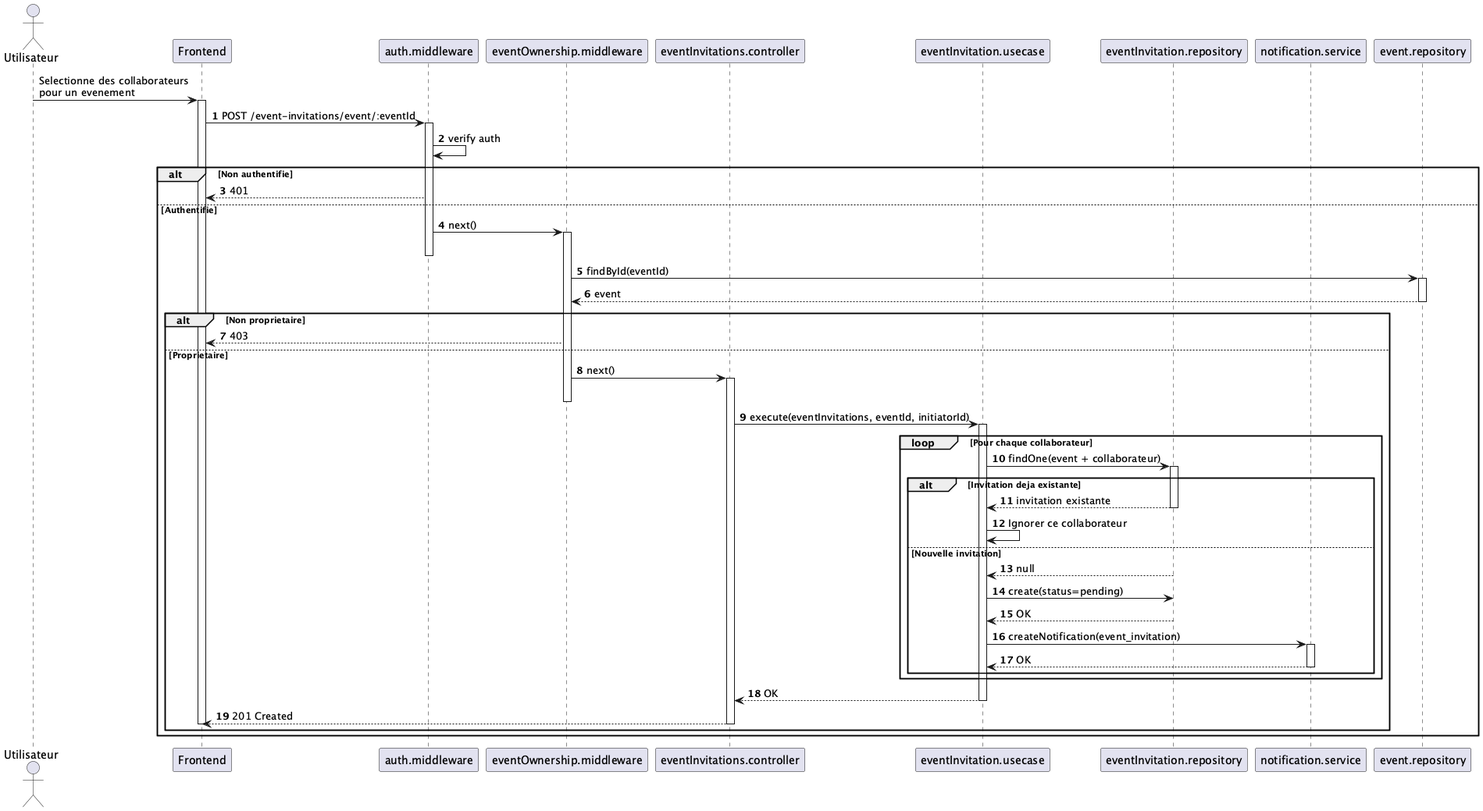
This is diagrams/event-invitation-send-sequence.png from Nikitasgit/leafymap_backend, a PlantUML export, as it was before one commit. The source it was exported from:
```plantuml
@startuml
!pragma layout smetana

skinparam shadowing false
autonumber

actor "Utilisateur" as user
participant "Frontend" as fe
participant "auth.middleware" as authMw
participant "eventOwnership.middleware" as ownerMw
participant "eventInvitations.controller" as ctrl
participant "eventInvitation.usecase" as action
participant "eventInvitation.repository" as invitationRepo
participant "notification.service" as notif
participant "event.repository" as eventRepo

autonumber stop
user -> fe : Selectionne des collaborateurs\npour un evenement
activate fe
autonumber resume

fe -> authMw : POST /event-invitations/event/:eventId
activate authMw
authMw -> authMw : verify auth

alt Non authentifie
  authMw --> fe : 401
else Authentifie
  authMw -> ownerMw : next()
  activate ownerMw
  deactivate authMw

  ownerMw -> eventRepo : findById(eventId)
  activate eventRepo
  eventRepo --> ownerMw : event
  deactivate eventRepo

  alt Non proprietaire
    ownerMw --> fe : 403
  else Proprietaire
    ownerMw -> ctrl : next()
    activate ctrl
    deactivate ownerMw

    ctrl -> action : execute(eventInvitations, eventId, initiatorId)
    activate action

    loop Pour chaque collaborateur
      action -> invitationRepo : findOne(event + collaborateur)
      activate invitationRepo

      alt Invitation deja existante
        invitationRepo --> action : invitation existante
        deactivate invitationRepo
        action -> action : Ignorer ce collaborateur
      else Nouvelle invitation
        invitationRepo --> action : null

        action -> invitationRepo : create(status=pending)
        invitationRepo --> action : OK
        deactivate invitationRepo

        action -> notif : createNotification(event_invitation)
        activate notif
        notif --> action : OK
        deactivate notif
      end
    end

    action --> ctrl : OK
    deactivate action
    ctrl --> fe : 201 Created
    deactivate ctrl
    deactivate fe
  end
end

@enduml
```
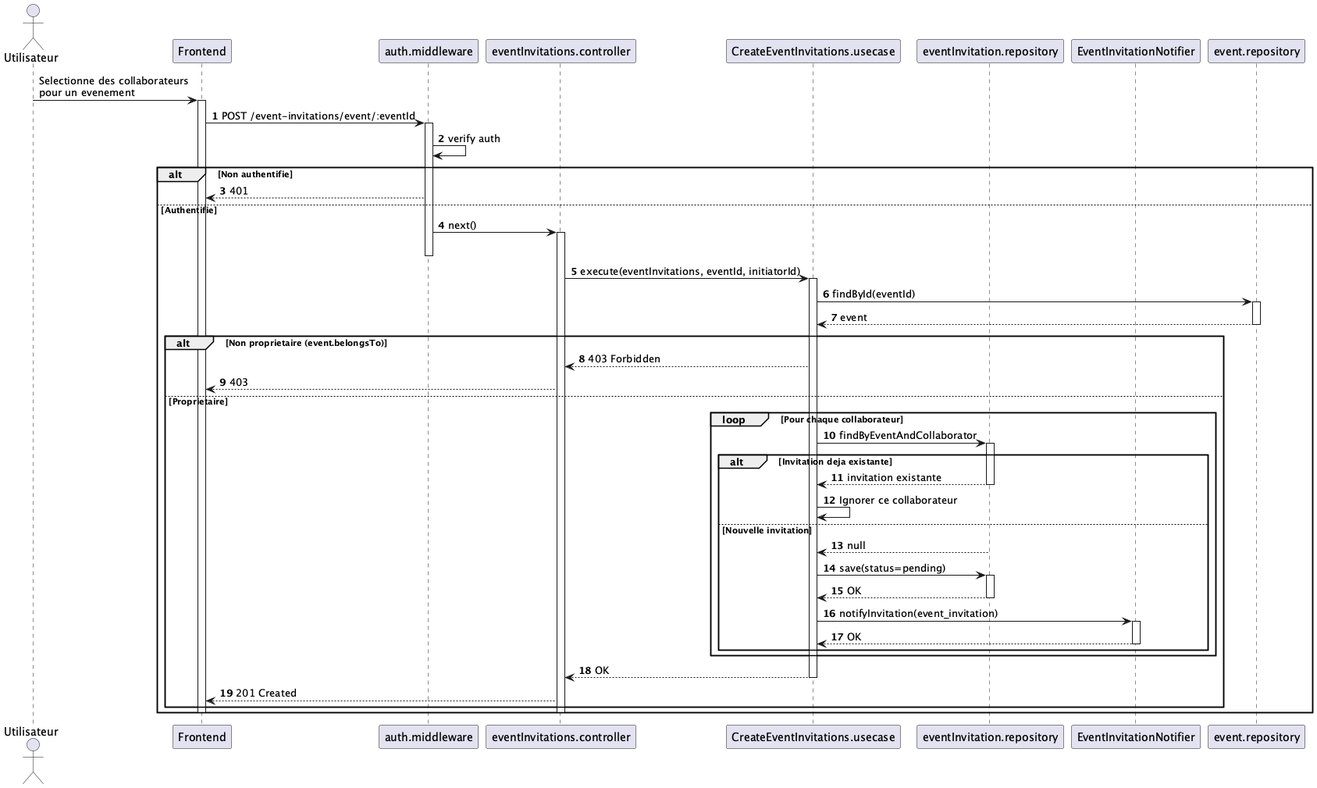
After the commit.

Diff of the diagram source:
```diff
@@ -7,11 +7,10 @@
 actor "Utilisateur" as user
 participant "Frontend" as fe
 participant "auth.middleware" as authMw
-participant "eventOwnership.middleware" as ownerMw
 participant "eventInvitations.controller" as ctrl
-participant "eventInvitation.usecase" as action
+participant "CreateEventInvitations.usecase" as action
 participant "eventInvitation.repository" as invitationRepo
-participant "notification.service" as notif
+participant "EventInvitationNotifier" as notif
 participant "event.repository" as eventRepo
 
 autonumber stop
@@ -26,27 +25,24 @@
 alt Non authentifie
   authMw --> fe : 401
 else Authentifie
-  authMw -> ownerMw : next()
-  activate ownerMw
+  authMw -> ctrl : next()
+  activate ctrl
   deactivate authMw
 
-  ownerMw -> eventRepo : findById(eventId)
+  ctrl -> action : execute(eventInvitations, eventId, initiatorId)
+  activate action
+
+  action -> eventRepo : findById(eventId)
   activate eventRepo
-  eventRepo --> ownerMw : event
+  eventRepo --> action : event
   deactivate eventRepo
 
-  alt Non proprietaire
-    ownerMw --> fe : 403
+  alt Non proprietaire (event.belongsTo)
+    action --> ctrl : 403 Forbidden
+    ctrl --> fe : 403
   else Proprietaire
-    ownerMw -> ctrl : next()
-    activate ctrl
-    deactivate ownerMw
-
-    ctrl -> action : execute(eventInvitations, eventId, initiatorId)
-    activate action
-
     loop Pour chaque collaborateur
-      action -> invitationRepo : findOne(event + collaborateur)
+      action -> invitationRepo : findByEventAndCollaborator
       activate invitationRepo
 
       alt Invitation deja existante
@@ -55,12 +51,14 @@
         action -> action : Ignorer ce collaborateur
       else Nouvelle invitation
         invitationRepo --> action : null
+        deactivate invitationRepo
 
-        action -> invitationRepo : create(status=pending)
+        action -> invitationRepo : save(status=pending)
+        activate invitationRepo
         invitationRepo --> action : OK
         deactivate invitationRepo
 
-        action -> notif : createNotification(event_invitation)
+        action -> notif : notifyInvitation(event_invitation)
         activate notif
         notif --> action : OK
         deactivate notif
@@ -70,9 +68,9 @@
     action --> ctrl : OK
     deactivate action
     ctrl --> fe : 201 Created
-    deactivate ctrl
-    deactivate fe
   end
+  deactivate ctrl
+  deactivate fe
 end
 
 @enduml
```
